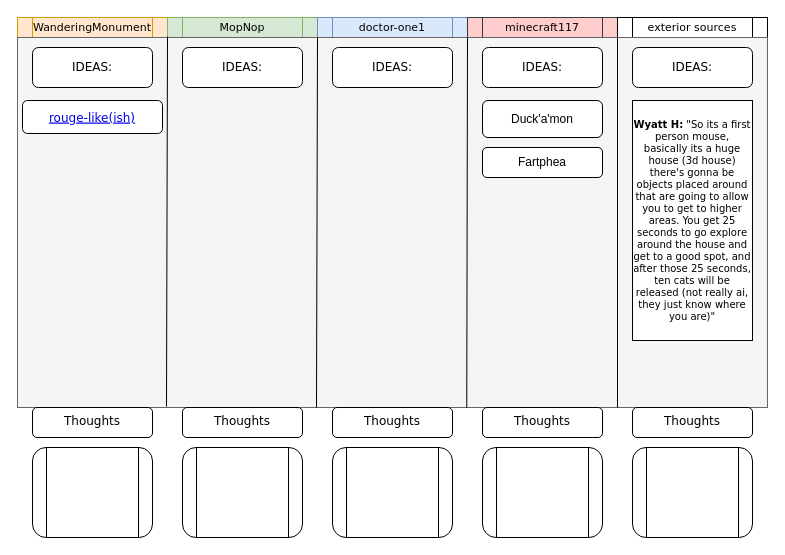
cheeseEnthusiasts/ideas keeps this draw.io diagram as Idea-Board.drawio. Above is the earlier version. Source tidied: cells renumbered, new cells numbered last; positions are measured from the earlier drawing's top-left corner, leaving out a move shared by most shapes. Both pictures are drawn from the tidied source at 100%, with x=0, y=0 at pixel (17, 17).
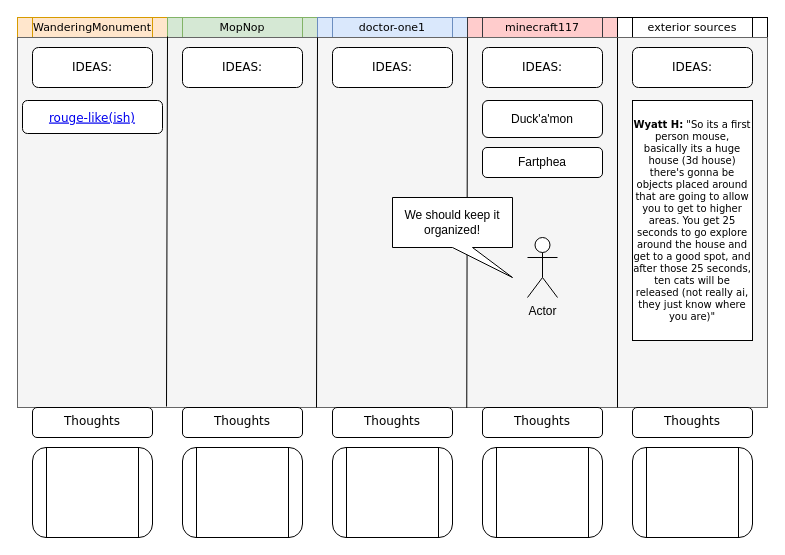
After the change.

The edit, as a diff of the source:
```diff
@@
+    <mxCell id="32" value="Actor" style="shape=umlActor;verticalLabelPosition=bottom;verticalAlign=top;html=1;" parent="1" vertex="1">
+      <mxGeometry x="510" y="220" width="30" height="60" as="geometry" />
+    </mxCell>
+    <mxCell id="33" value="We should keep it organized!" style="shape=callout;whiteSpace=wrap;html=1;perimeter=calloutPerimeter;position2=1;" parent="1" vertex="1">
+      <mxGeometry x="375" y="180" width="120" height="80" as="geometry" />
+    </mxCell>
```
